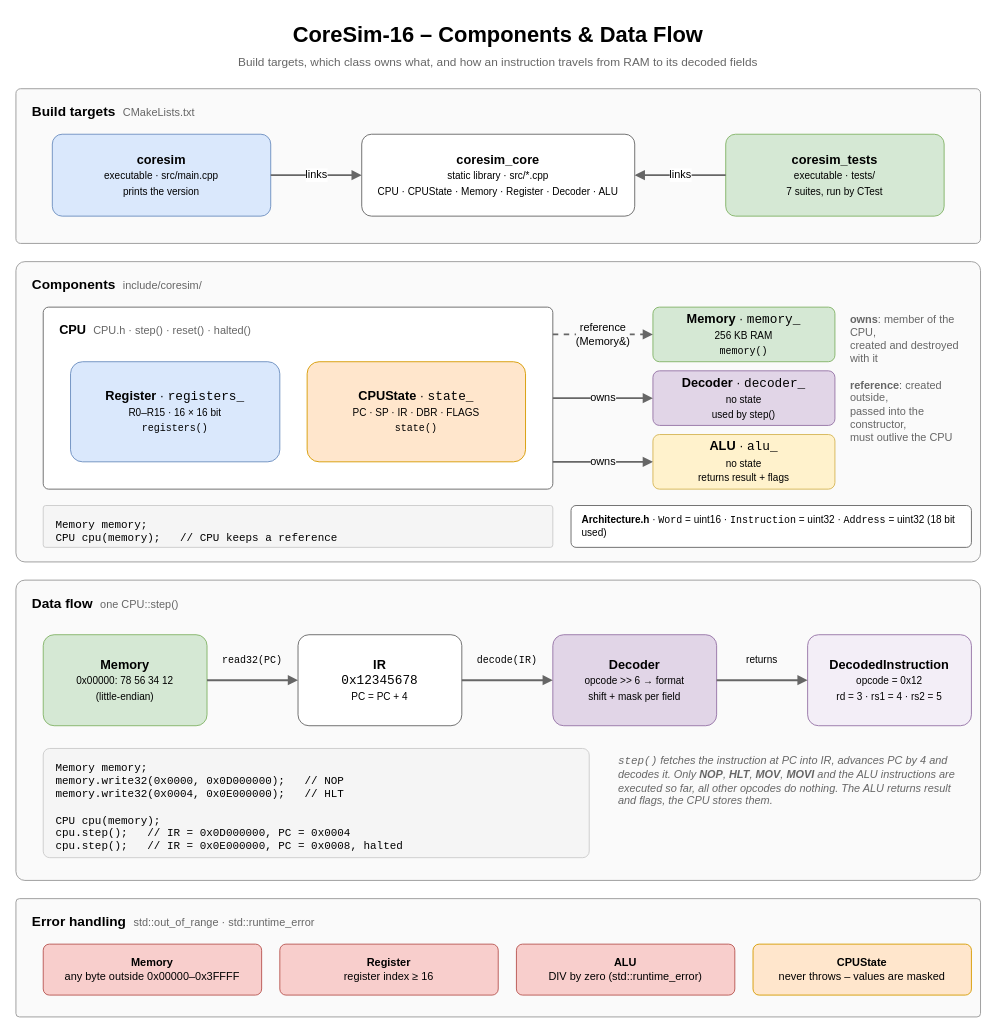
Earlier version of the draw.io diagram diagrams/data-flow.drawio (kpolet2010-hue/CoreSim). Source tidied: cells renumbered, new cells numbered last; positions are measured from the earlier drawing's top-left corner, leaving out a move shared by most shapes. Both pictures are drawn from the tidied source at 91%, with x=0, y=0 at pixel (15, 15).
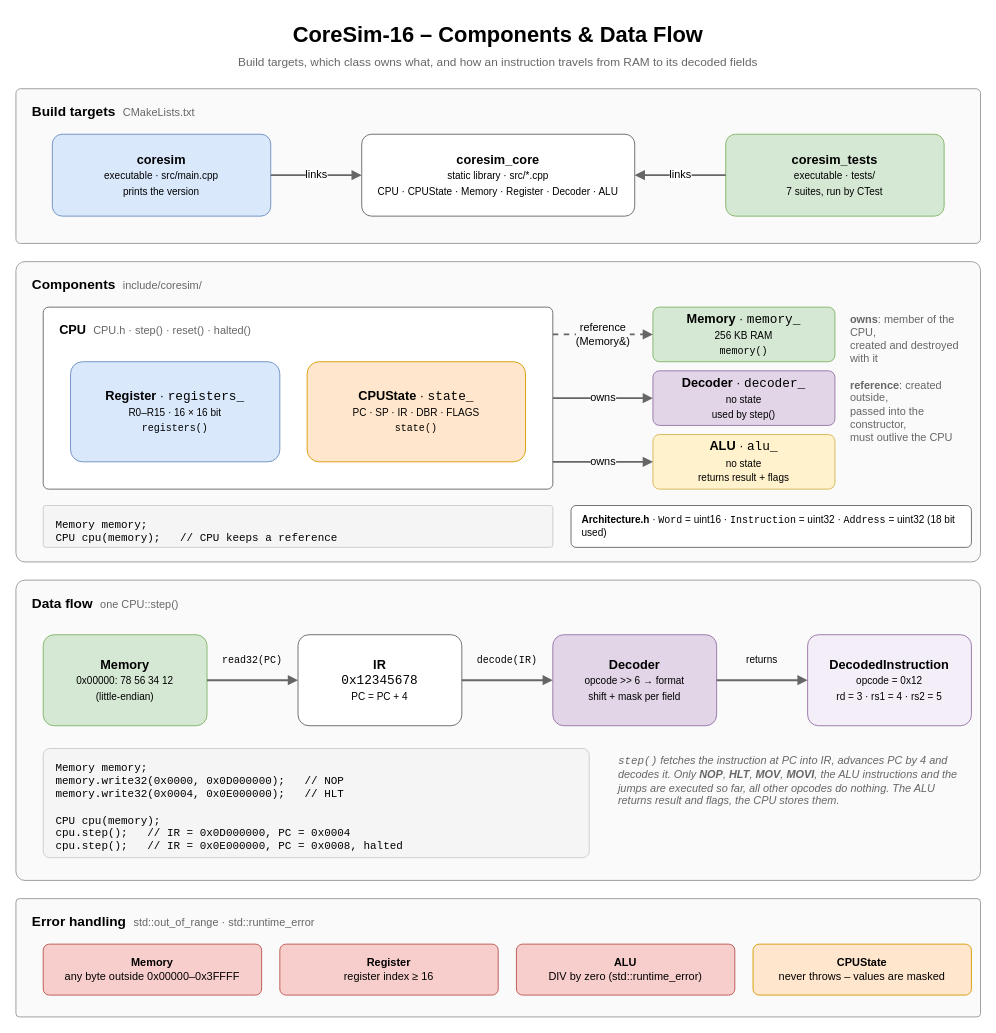
After the change.

The edit, as a diff of the source:
```diff
@@
-    <mxCell id="35" value="&lt;i&gt;&lt;code&gt;step()&lt;/code&gt; fetches the instruction at PC into IR, advances PC by 4 and decodes it. Only &lt;b&gt;NOP&lt;/b&gt;, &lt;b&gt;HLT&lt;/b&gt;, &lt;b&gt;MOV&lt;/b&gt;, &lt;b&gt;MOVI&lt;/b&gt; and the ALU instructions are executed so far, all other opcodes do nothing. The ALU returns result and flags, the CPU stores them.&lt;/i&gt;" style="text;html=1;strokeColor=none;fillColor=none;whiteSpace=wrap;fontFamily=Helvetica;fontSize=12;fontColor=#666666;align=left;" parent="1" vertex="1">
+    <mxCell id="35" value="&lt;i&gt;&lt;code&gt;step()&lt;/code&gt; fetches the instruction at PC into IR, advances PC by 4 and decodes it. Only &lt;b&gt;NOP&lt;/b&gt;, &lt;b&gt;HLT&lt;/b&gt;, &lt;b&gt;MOV&lt;/b&gt;, &lt;b&gt;MOVI&lt;/b&gt;, the ALU instructions and the jumps are executed so far, all other opcodes do nothing. The ALU returns result and flags, the CPU stores them.&lt;/i&gt;" style="text;html=1;strokeColor=none;fillColor=none;whiteSpace=wrap;fontFamily=Helvetica;fontSize=12;fontColor=#666666;align=left;" parent="1" vertex="1">
       <mxGeometry x="660" y="805" width="380" height="90" as="geometry" />
     </mxCell>
```
